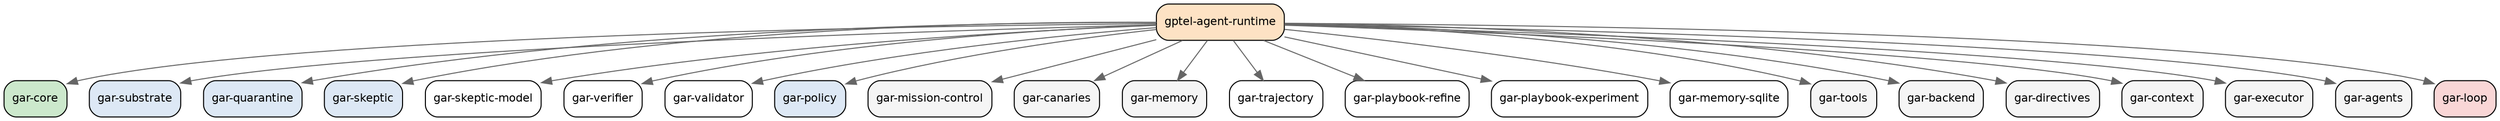
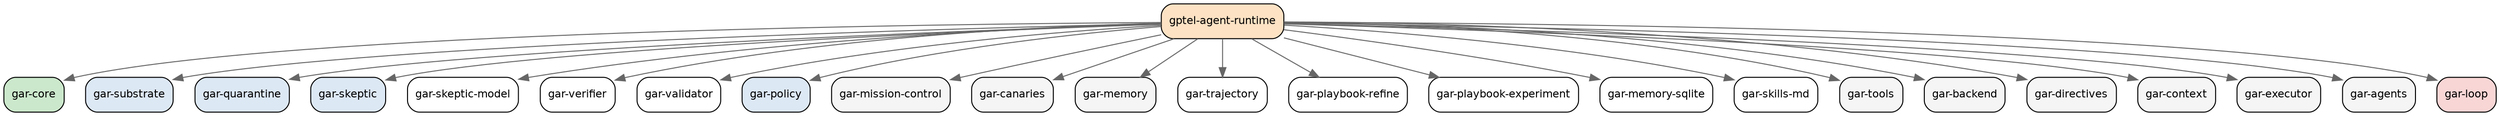
// Auto-generated by scripts/refresh-dep-graph.el. Do not edit by hand.
// Edges point from a module to the modules it (require)s.
digraph gptel_agent_runtime {
  rankdir=TB;
  node [shape=box, style="rounded,filled", fontname="Helvetica", fontsize=11];
  edge [fontname="Helvetica", fontsize=9, color="#666666"];
  graph [splines=true, nodesep=0.3, ranksep=0.55];
  "gptel-agent-runtime" [label="gptel-agent-runtime", fillcolor="#fde2c4", ordering="out"];
  "gar-core" [label="gar-core", fillcolor="#cce8cc"];
  "gar-substrate" [label="gar-substrate", fillcolor="#dde8f5"];
  "gar-quarantine" [label="gar-quarantine", fillcolor="#dde8f5"];
  "gar-skeptic" [label="gar-skeptic", fillcolor="#dde8f5"];
  "gar-skeptic-model" [label="gar-skeptic-model", fillcolor="#ffffff"];
  "gar-verifier" [label="gar-verifier", fillcolor="#ffffff"];
  "gar-validator" [label="gar-validator", fillcolor="#ffffff"];
  "gar-policy" [label="gar-policy", fillcolor="#dde8f5"];
  "gar-mission-control" [label="gar-mission-control", fillcolor="#f5f5f5"];
  "gar-canaries" [label="gar-canaries", fillcolor="#f5f5f5"];
  "gar-memory" [label="gar-memory", fillcolor="#f5f5f5"];
  "gar-trajectory" [label="gar-trajectory", fillcolor="#ffffff"];
  "gar-playbook-refine" [label="gar-playbook-refine", fillcolor="#ffffff"];
  "gar-playbook-experiment" [label="gar-playbook-experiment", fillcolor="#ffffff"];
  "gar-memory-sqlite" [label="gar-memory-sqlite", fillcolor="#ffffff"];
+   "gar-skills-md" [label="gar-skills-md", fillcolor="#ffffff"];
  "gar-tools" [label="gar-tools", fillcolor="#f5f5f5"];
  "gar-backend" [label="gar-backend", fillcolor="#f5f5f5"];
  "gar-directives" [label="gar-directives", fillcolor="#f5f5f5"];
  "gar-context" [label="gar-context", fillcolor="#f5f5f5"];
  "gar-executor" [label="gar-executor", fillcolor="#f5f5f5"];
  "gar-agents" [label="gar-agents", fillcolor="#f5f5f5"];
  "gar-loop" [label="gar-loop", fillcolor="#f9d6d6"];
  "gptel-agent-runtime" -> "gar-core";
  "gptel-agent-runtime" -> "gar-substrate";
  "gptel-agent-runtime" -> "gar-quarantine";
  "gptel-agent-runtime" -> "gar-skeptic";
  "gptel-agent-runtime" -> "gar-skeptic-model";
  "gptel-agent-runtime" -> "gar-verifier";
  "gptel-agent-runtime" -> "gar-validator";
  "gptel-agent-runtime" -> "gar-policy";
  "gptel-agent-runtime" -> "gar-mission-control";
  "gptel-agent-runtime" -> "gar-canaries";
  "gptel-agent-runtime" -> "gar-memory";
  "gptel-agent-runtime" -> "gar-trajectory";
  "gptel-agent-runtime" -> "gar-playbook-refine";
  "gptel-agent-runtime" -> "gar-playbook-experiment";
  "gptel-agent-runtime" -> "gar-memory-sqlite";
+   "gptel-agent-runtime" -> "gar-skills-md";
  "gptel-agent-runtime" -> "gar-tools";
  "gptel-agent-runtime" -> "gar-backend";
  "gptel-agent-runtime" -> "gar-directives";
  "gptel-agent-runtime" -> "gar-context";
  "gptel-agent-runtime" -> "gar-executor";
  "gptel-agent-runtime" -> "gar-agents";
  "gptel-agent-runtime" -> "gar-loop";
}
